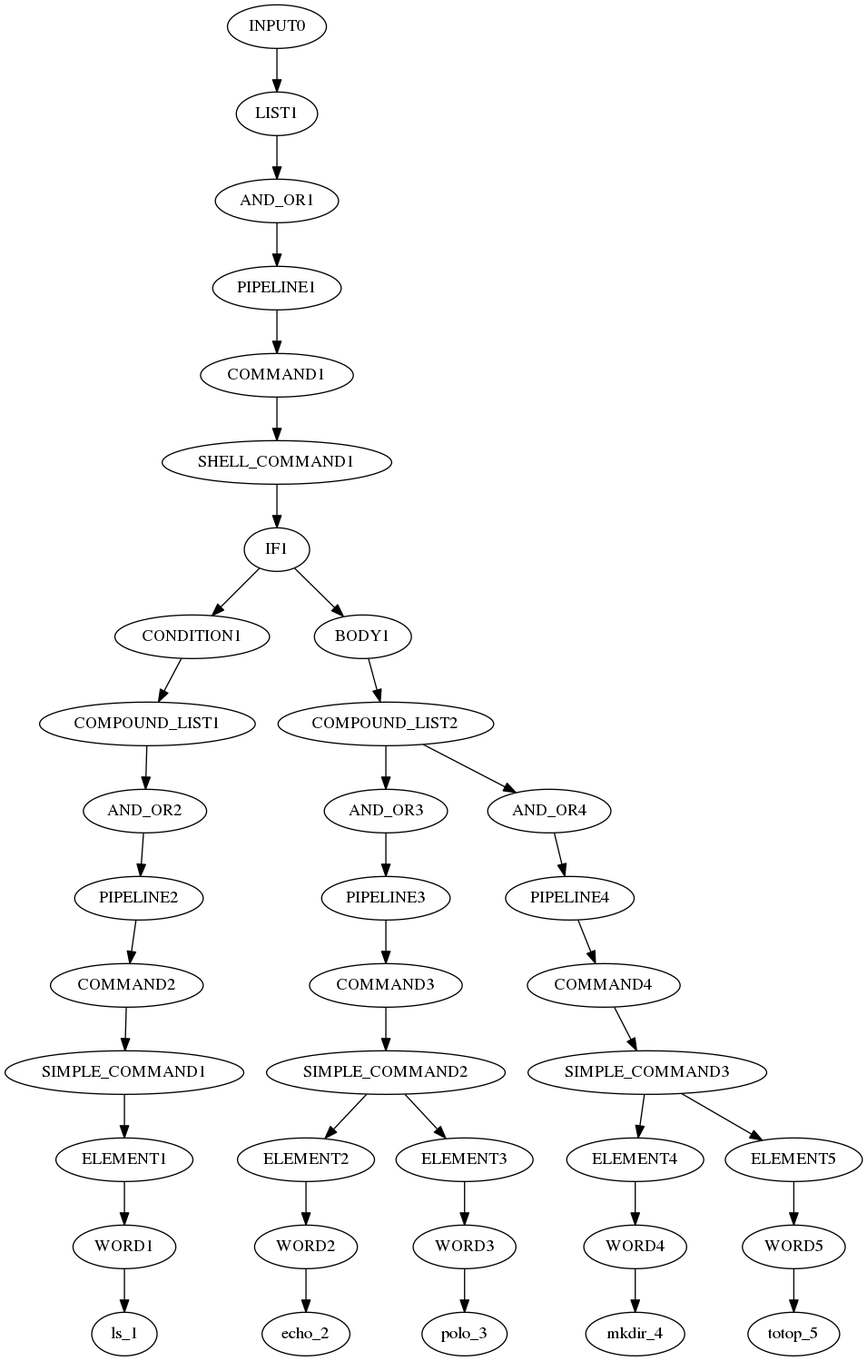
groupe-42sh/42sh keeps this Graphviz diagram as build/graph.dot.png. Above is the earlier version. Its source is kept beside it as build/graph.dot. Its diagram source:
```dot
digraph our_graph {
INPUT0 -> LIST1;
LIST1 -> AND_OR1;
AND_OR1 -> PIPELINE1;
PIPELINE1 -> COMMAND1;
COMMAND1 -> SHELL_COMMAND1;
SHELL_COMMAND1 -> IF1;
IF1 -> CONDITION1 -> COMPOUND_LIST1;
COMPOUND_LIST1 -> AND_OR2;
AND_OR2 -> PIPELINE2;
PIPELINE2 -> COMMAND2;
COMMAND2 -> SIMPLE_COMMAND1;
SIMPLE_COMMAND1 -> ELEMENT1;
ELEMENT1 -> WORD1;
WORD1 -> ls_1;
IF1 -> BODY1 -> COMPOUND_LIST2;
COMPOUND_LIST2 -> AND_OR3;
AND_OR3 -> PIPELINE3;
PIPELINE3 -> COMMAND3;
COMMAND3 -> SIMPLE_COMMAND2;
SIMPLE_COMMAND2 -> ELEMENT2;
ELEMENT2 -> WORD2;
WORD2 -> echo_2;
SIMPLE_COMMAND2 -> ELEMENT3;
ELEMENT3 -> WORD3;
WORD3 -> polo_3;
COMPOUND_LIST2 -> AND_OR4;
AND_OR4 -> PIPELINE4;
PIPELINE4 -> COMMAND4;
COMMAND4 -> SIMPLE_COMMAND3;
SIMPLE_COMMAND3 -> ELEMENT4;
ELEMENT4 -> WORD4;
WORD4 -> mkdir_4;
SIMPLE_COMMAND3 -> ELEMENT5;
ELEMENT5 -> WORD5;
WORD5 -> totop_5;

}
```
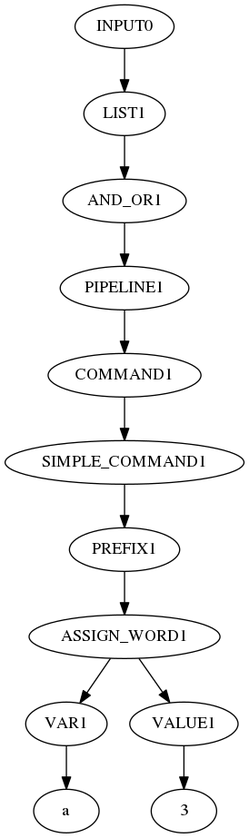
After the commit.

Diff of the diagram source:
```diff
@@ -3,36 +3,11 @@
 LIST1 -> AND_OR1;
 AND_OR1 -> PIPELINE1;
 PIPELINE1 -> COMMAND1;
-COMMAND1 -> SHELL_COMMAND1;
-SHELL_COMMAND1 -> IF1;
-IF1 -> CONDITION1 -> COMPOUND_LIST1;
-COMPOUND_LIST1 -> AND_OR2;
-AND_OR2 -> PIPELINE2;
-PIPELINE2 -> COMMAND2;
-COMMAND2 -> SIMPLE_COMMAND1;
-SIMPLE_COMMAND1 -> ELEMENT1;
-ELEMENT1 -> WORD1;
-WORD1 -> ls_1;
-IF1 -> BODY1 -> COMPOUND_LIST2;
-COMPOUND_LIST2 -> AND_OR3;
-AND_OR3 -> PIPELINE3;
-PIPELINE3 -> COMMAND3;
-COMMAND3 -> SIMPLE_COMMAND2;
-SIMPLE_COMMAND2 -> ELEMENT2;
-ELEMENT2 -> WORD2;
-WORD2 -> echo_2;
-SIMPLE_COMMAND2 -> ELEMENT3;
-ELEMENT3 -> WORD3;
-WORD3 -> polo_3;
-COMPOUND_LIST2 -> AND_OR4;
-AND_OR4 -> PIPELINE4;
-PIPELINE4 -> COMMAND4;
-COMMAND4 -> SIMPLE_COMMAND3;
-SIMPLE_COMMAND3 -> ELEMENT4;
-ELEMENT4 -> WORD4;
-WORD4 -> mkdir_4;
-SIMPLE_COMMAND3 -> ELEMENT5;
-ELEMENT5 -> WORD5;
-WORD5 -> totop_5;
+COMMAND1 -> SIMPLE_COMMAND1;
+SIMPLE_COMMAND1 -> PREFIX1;
+PREFIX1 -> ASSIGN_WORD1;
+ASSIGN_WORD1 -> VAR1 -> a;
+ASSIGN_WORD1 -> VALUE1 -> "3
+";
 
 }
```
